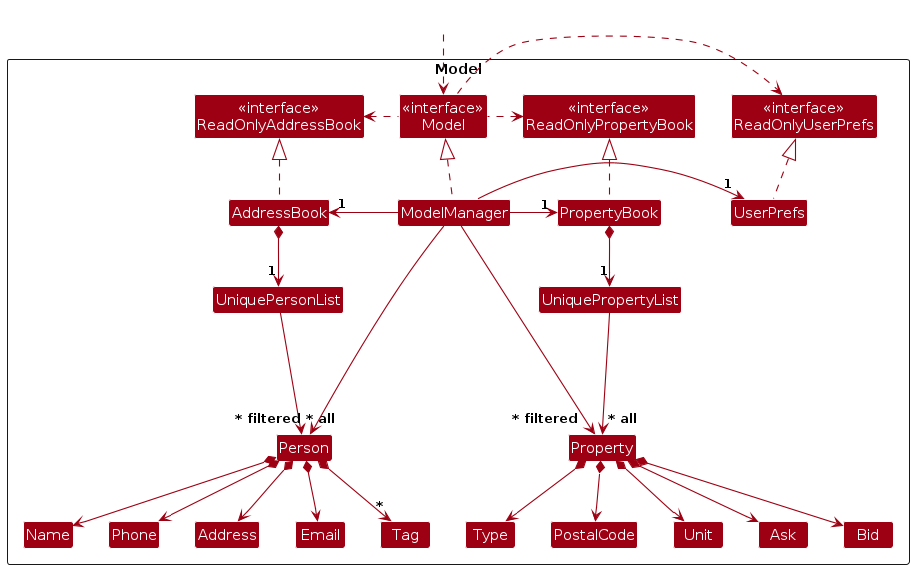
Virusrwj223/tp keeps this PlantUML diagram as diagrams/ModelClassDiagram.png. Above is the earlier version. Its source is kept beside it as diagrams/ModelClassDiagram.puml. The source it was exported from:
```plantuml
@startuml
!include style.puml
skinparam arrowThickness 1.1
skinparam arrowColor MODEL_COLOR
skinparam classBackgroundColor MODEL_COLOR

Package Model as ModelPackage <<Rectangle>>{
Class "<<interface>>\nReadOnlyAddressBook" as ReadOnlyAddressBook
Class "<<interface>>\nReadOnlyUserPrefs" as ReadOnlyUserPrefs
Class "<<interface>>\nReadOnlyPropertyBook" as ReadOnlyPropertyBook
Class "<<interface>>\nModel" as Model
Class AddressBook
Class PropertyBook
Class ModelManager
Class UserPrefs

Class UniquePersonList
Class UniquePropertyList
Class Person
Class Property
Class Address
Class Email
Class Name
Class Phone
Class Tag
Class Type
Class PostalCode
Class Unit
Class Ask
Class Bid

Class I #FFFFFF
}

Class HiddenOutside #FFFFFF
HiddenOutside ..> Model

AddressBook .up.|> ReadOnlyAddressBook
PropertyBook .up.|> ReadOnlyPropertyBook

ModelManager .up.|> Model
Model .right.> ReadOnlyUserPrefs
Model .left.> ReadOnlyAddressBook
Model .left.> ReadOnlyPropertyBook
ModelManager -left-> "1" AddressBook
ModelManager -left-> "1" PropertyBook
ModelManager -right-> "1" UserPrefs
UserPrefs .up.|> ReadOnlyUserPrefs

AddressBook *--> "1" UniquePersonList
PropertyBook *--> "1" UniquePropertyList
UniquePersonList --> "~* all" Person
UniquePropertyList --> "~* all" Property
Person *--> Name
Person *--> Phone
Person *--> Email
Person *--> Address
Person *--> "*" Tag
Property *--> PostalCode
Property *--> Unit
Property *--> Type
Property *--> Ask
Property *--> Bid

Person -[hidden]up--> I
Property -[hidden]up--> I
UniquePersonList -[hidden]right-> I
UniquePropertyList -[hidden]right-> I

Name -[hidden]right-> Phone
Phone -[hidden]right-> Address
Address -[hidden]right-> Email

ModelManager --> "~* filtered" Person
ModelManager --> "~* filtered" Property
@enduml
```
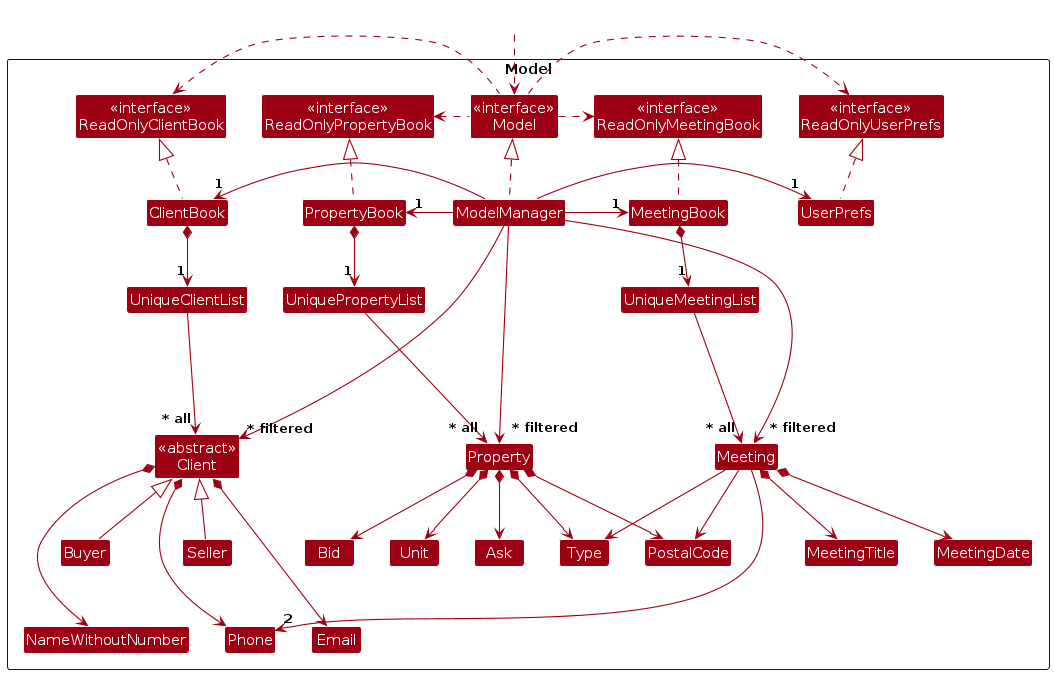
Later version of the same file.

The edit, as a diff of the source:
```diff
@@ -5,29 +5,35 @@
 skinparam classBackgroundColor MODEL_COLOR
 
 Package Model as ModelPackage <<Rectangle>>{
-Class "<<interface>>\nReadOnlyAddressBook" as ReadOnlyAddressBook
+Class "<<interface>>\nReadOnlyClientBook" as ReadOnlyClientBook
 Class "<<interface>>\nReadOnlyUserPrefs" as ReadOnlyUserPrefs
 Class "<<interface>>\nReadOnlyPropertyBook" as ReadOnlyPropertyBook
+Class "<<interface>>\nReadOnlyMeetingBook" as ReadOnlyMeetingBook
 Class "<<interface>>\nModel" as Model
-Class AddressBook
+Class ClientBook
 Class PropertyBook
+Class MeetingBook
 Class ModelManager
 Class UserPrefs
 
-Class UniquePersonList
+Class UniqueClientList
 Class UniquePropertyList
-Class Person
+Class UniqueMeetingList
+Class "<<abstract>>\nClient" as Client
+Class Buyer
+Class Seller
 Class Property
-Class Address
 Class Email
-Class Name
+Class NameWithoutNumber
 Class Phone
-Class Tag
 Class Type
 Class PostalCode
 Class Unit
 Class Ask
 Class Bid
+Class Meeting
+Class MeetingTitle
+Class MeetingDate
 
 Class I #FFFFFF
 }
@@ -35,42 +41,55 @@
 Class HiddenOutside #FFFFFF
 HiddenOutside ..> Model
 
-AddressBook .up.|> ReadOnlyAddressBook
+ClientBook .up.|> ReadOnlyClientBook
 PropertyBook .up.|> ReadOnlyPropertyBook
+MeetingBook .up.|> ReadOnlyMeetingBook
 
 ModelManager .up.|> Model
 Model .right.> ReadOnlyUserPrefs
-Model .left.> ReadOnlyAddressBook
+Model .left.> ReadOnlyClientBook
 Model .left.> ReadOnlyPropertyBook
-ModelManager -left-> "1" AddressBook
+Model .right.> ReadOnlyMeetingBook
+ModelManager -left-> "1" ClientBook
 ModelManager -left-> "1" PropertyBook
+ModelManager -right-> "1" MeetingBook
 ModelManager -right-> "1" UserPrefs
 UserPrefs .up.|> ReadOnlyUserPrefs
 
-AddressBook *--> "1" UniquePersonList
+ClientBook *--> "1" UniqueClientList
 PropertyBook *--> "1" UniquePropertyList
-UniquePersonList --> "~* all" Person
+MeetingBook *--> "1" UniqueMeetingList
+UniqueClientList --> "~* all" Client
 UniquePropertyList --> "~* all" Property
-Person *--> Name
-Person *--> Phone
-Person *--> Email
-Person *--> Address
-Person *--> "*" Tag
+UniqueMeetingList --> "~* all" Meeting
+Client *--> NameWithoutNumber
+Client *---> Phone
+Client *--> Email
 Property *--> PostalCode
 Property *--> Unit
 Property *--> Type
 Property *--> Ask
 Property *--> Bid
+Meeting *--> MeetingTitle
+Meeting *--> MeetingDate
+Meeting ---> "2" Phone
+Meeting --> Type
+Meeting --> PostalCode
 
-Person -[hidden]up--> I
+Client <|-- Buyer
+Client <|-- Seller
+
+Client -[hidden]up--> I
 Property -[hidden]up--> I
-UniquePersonList -[hidden]right-> I
+Meeting -[hidden]up--> I
+UniqueClientList -[hidden]right-> I
 UniquePropertyList -[hidden]right-> I
+UniqueMeetingList -[hidden]right-> I
 
-Name -[hidden]right-> Phone
-Phone -[hidden]right-> Address
-Address -[hidden]right-> Email
+NameWithoutNumber -[hidden]right-> Phone
+Phone -[hidden]right-> Email
 
-ModelManager --> "~* filtered" Person
+ModelManager --> "~* filtered" Client
 ModelManager --> "~* filtered" Property
+ModelManager --> "~* filtered" Meeting
 @enduml
```
